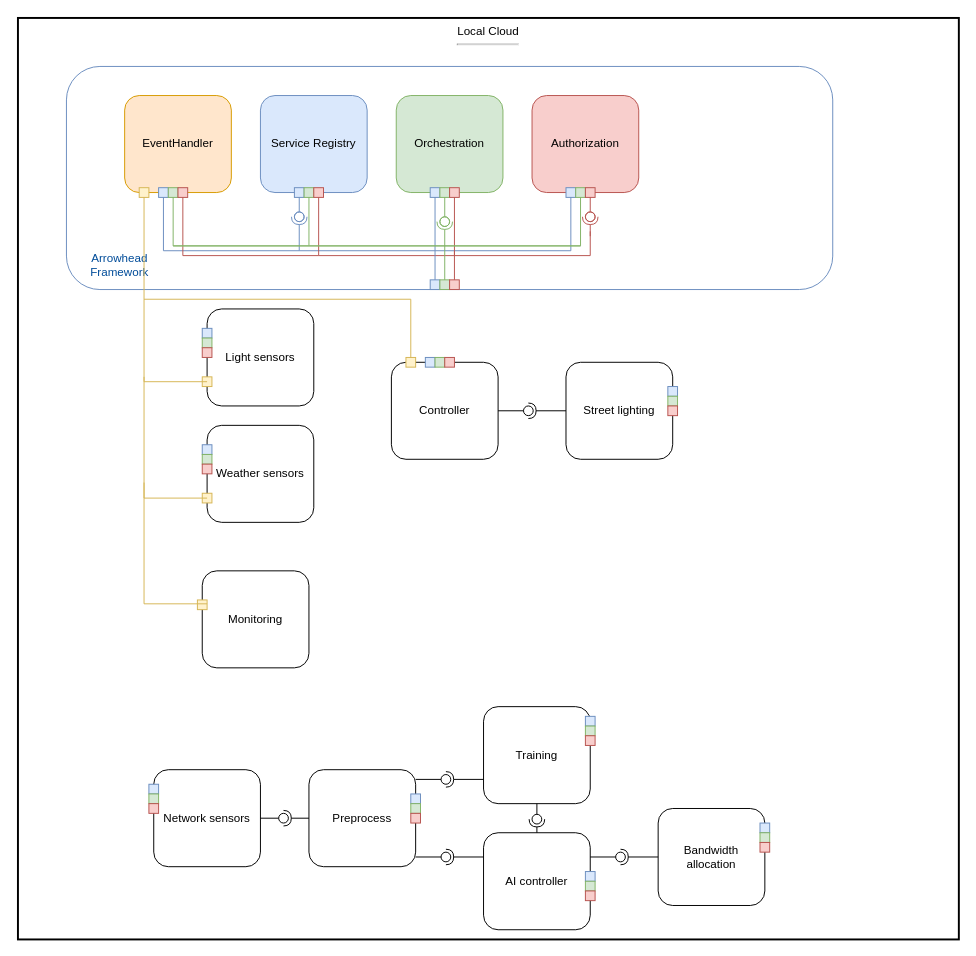
This is Untitled Diagram.drawio from JuliCSD/D7042E, a draw.io file, before an edit. Source tidied: cells renumbered, new cells numbered last; positions are measured from the earlier drawing's top-left corner, leaving out a move shared by most shapes. Both pictures are drawn from the tidied source at 97%, with x=0, y=0 at pixel (17, 17).
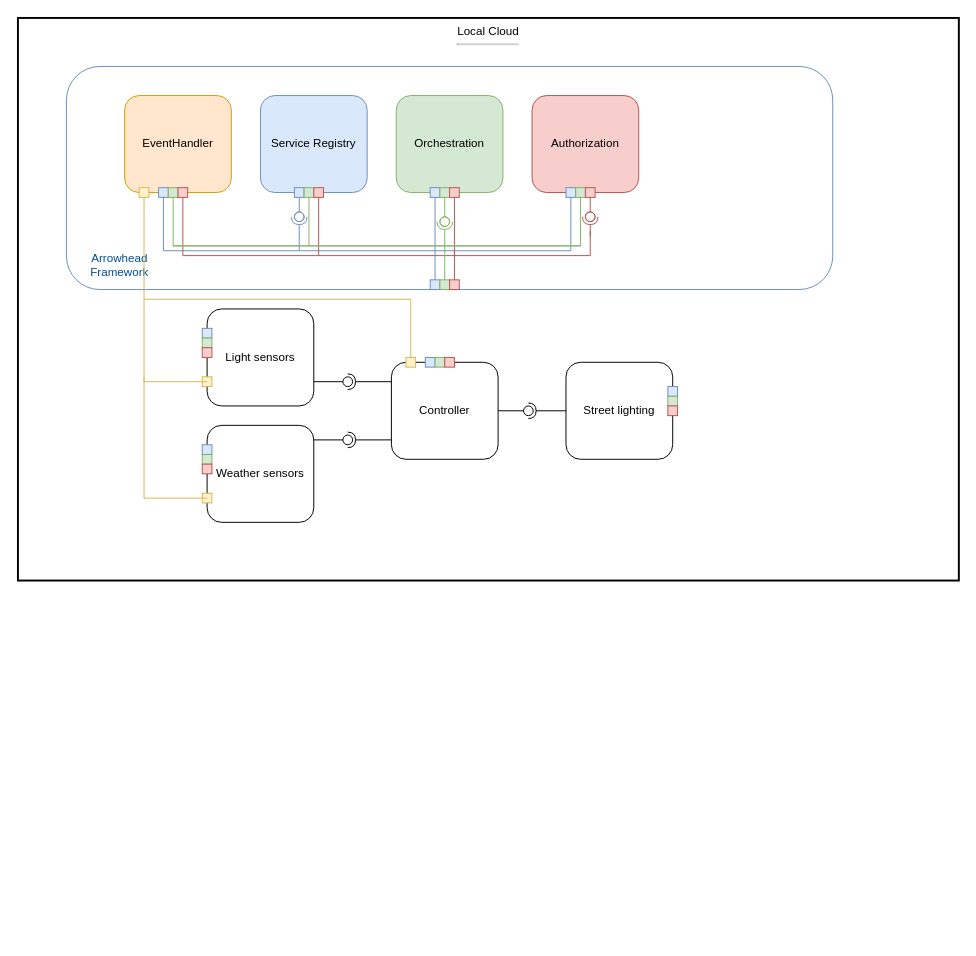
The same diagram, later.

What changed in the source:
```diff
@@
     <mxCell id="3" value="Local Cloud&lt;br&gt;&lt;hr&gt;" style="rounded=0;whiteSpace=wrap;html=1;fillColor=none;strokeWidth=2;align=center;verticalAlign=top;" parent="1" vertex="1">
-      <mxGeometry width="970" height="950" as="geometry" />
+      <mxGeometry width="970" height="580" as="geometry" />
     </mxCell>
@@
-    <mxCell id="15" value="Preprocess" style="rounded=1;whiteSpace=wrap;html=1;" parent="1" vertex="1">
-      <mxGeometry x="300" y="775" width="110" height="100" as="geometry" />
-    </mxCell>
-    <mxCell id="16" value="Training" style="rounded=1;whiteSpace=wrap;html=1;" parent="1" vertex="1">
-      <mxGeometry x="480" y="710" width="110" height="100" as="geometry" />
-    </mxCell>
-    <mxCell id="17" value="AI controller" style="rounded=1;whiteSpace=wrap;html=1;" parent="1" vertex="1">
-      <mxGeometry x="480" y="840" width="110" height="100" as="geometry" />
-    </mxCell>
-    <mxCell id="18" value="Bandwidth allocation" style="rounded=1;whiteSpace=wrap;html=1;" parent="1" vertex="1">
-      <mxGeometry x="660" y="815" width="110" height="100" as="geometry" />
-    </mxCell>
-    <mxCell id="19" style="group;" parent="1" vertex="1">
-      <mxGeometry x="410" y="860" width="70" height="10" as="geometry" />
-    </mxCell>
-    <mxCell id="20" style="rounded=0;jettySize=auto;html=1;endArrow=halfCircle;endFill=0;endSize=6;strokeWidth=1;sketch=0;" parent="19" edge="1" target="22">
-      <mxGeometry relative="1" as="geometry">
-        <mxPoint x="70" y="5" as="sourcePoint" />
-      </mxGeometry>
-    </mxCell>
-    <mxCell id="21" style="rounded=0;jettySize=auto;html=1;endArrow=oval;endFill=0;sketch=0;sourcePerimeterSpacing=0;targetPerimeterSpacing=0;endSize=10;" parent="19" edge="1" target="22">
-      <mxGeometry relative="1" as="geometry">
-        <mxPoint y="5" as="sourcePoint" />
-      </mxGeometry>
-    </mxCell>
-    <mxCell id="22" style="ellipse;whiteSpace=wrap;html=1;align=center;fillColor=none;strokeColor=none;perimeter=centerPerimeter;points=[];outlineConnect=1;" parent="19" vertex="1">
-      <mxGeometry x="26.2" width="10" height="10" as="geometry" />
-    </mxCell>
-    <mxCell id="23" style="group;" parent="1" vertex="1">
-      <mxGeometry x="410" y="780" width="70" height="10" as="geometry" />
-    </mxCell>
-    <mxCell id="24" style="rounded=0;jettySize=auto;html=1;endArrow=halfCircle;endFill=0;endSize=6;strokeWidth=1;sketch=0;" parent="23" edge="1" target="26">
-      <mxGeometry relative="1" as="geometry">
-        <mxPoint x="70" y="5" as="sourcePoint" />
-      </mxGeometry>
-    </mxCell>
-    <mxCell id="25" style="rounded=0;jettySize=auto;html=1;endArrow=oval;endFill=0;sketch=0;sourcePerimeterSpacing=0;targetPerimeterSpacing=0;endSize=10;" parent="23" edge="1" target="26">
-      <mxGeometry relative="1" as="geometry">
-        <mxPoint y="5" as="sourcePoint" />
-      </mxGeometry>
-    </mxCell>
-    <mxCell id="26" style="ellipse;whiteSpace=wrap;html=1;align=center;fillColor=none;strokeColor=none;perimeter=centerPerimeter;points=[];outlineConnect=1;" parent="23" vertex="1">
-      <mxGeometry x="26.2" width="10" height="10" as="geometry" />
-    </mxCell>
-    <mxCell id="27" style="group;" parent="1" vertex="1">
-      <mxGeometry x="590" y="860" width="70" height="10" as="geometry" />
-    </mxCell>
-    <mxCell id="28" style="rounded=0;jettySize=auto;html=1;endArrow=halfCircle;endFill=0;endSize=6;strokeWidth=1;sketch=0;" parent="27" edge="1" target="30">
-      <mxGeometry relative="1" as="geometry">
-        <mxPoint x="70" y="5" as="sourcePoint" />
-      </mxGeometry>
-    </mxCell>
-    <mxCell id="29" style="rounded=0;jettySize=auto;html=1;endArrow=oval;endFill=0;sketch=0;sourcePerimeterSpacing=0;targetPerimeterSpacing=0;endSize=10;" parent="27" edge="1" target="30">
-      <mxGeometry relative="1" as="geometry">
-        <mxPoint y="5" as="sourcePoint" />
-      </mxGeometry>
-    </mxCell>
-    <mxCell id="30" style="ellipse;whiteSpace=wrap;html=1;align=center;fillColor=none;strokeColor=none;perimeter=centerPerimeter;points=[];outlineConnect=1;" parent="27" vertex="1">
-      <mxGeometry x="26.2" width="10" height="10" as="geometry" />
-    </mxCell>
-    <mxCell id="31" value="Network sensors" style="rounded=1;whiteSpace=wrap;html=1;" parent="1" vertex="1">
-      <mxGeometry x="140" y="775" width="110" height="100" as="geometry" />
-    </mxCell>
-    <mxCell id="32" style="group;" parent="1" vertex="1">
-      <mxGeometry x="250" y="820" width="50" height="10" as="geometry" />
-    </mxCell>
-    <mxCell id="33" style="rounded=0;jettySize=auto;html=1;endArrow=halfCircle;endFill=0;endSize=6;strokeWidth=1;sketch=0;" parent="32" edge="1" target="35">
-      <mxGeometry relative="1" as="geometry">
-        <mxPoint x="50" y="5" as="sourcePoint" />
-      </mxGeometry>
-    </mxCell>
-    <mxCell id="34" style="rounded=0;jettySize=auto;html=1;endArrow=oval;endFill=0;sketch=0;sourcePerimeterSpacing=0;targetPerimeterSpacing=0;endSize=10;" parent="32" edge="1" target="35">
-      <mxGeometry relative="1" as="geometry">
-        <mxPoint y="5" as="sourcePoint" />
-      </mxGeometry>
-    </mxCell>
-    <mxCell id="35" style="ellipse;whiteSpace=wrap;html=1;align=center;fillColor=none;strokeColor=none;perimeter=centerPerimeter;points=[];outlineConnect=1;" parent="32" vertex="1">
-      <mxGeometry x="18.8" width="10" height="10" as="geometry" />
-    </mxCell>
-    <mxCell id="36" style="group;rotation=90;" parent="1" vertex="1">
-      <mxGeometry x="520" y="820" width="30" height="10" as="geometry" />
-    </mxCell>
-    <mxCell id="37" style="rounded=0;jettySize=auto;html=1;endArrow=halfCircle;endFill=0;endSize=6;strokeWidth=1;sketch=0;" parent="36" edge="1" target="39">
-      <mxGeometry relative="1" as="geometry">
-        <mxPoint x="15" y="20" as="sourcePoint" />
-      </mxGeometry>
-    </mxCell>
-    <mxCell id="38" style="rounded=0;jettySize=auto;html=1;endArrow=oval;endFill=0;sketch=0;sourcePerimeterSpacing=0;targetPerimeterSpacing=0;endSize=10;" parent="36" edge="1" target="39">
-      <mxGeometry relative="1" as="geometry">
-        <mxPoint x="15" y="-10" as="sourcePoint" />
-      </mxGeometry>
-    </mxCell>
-    <mxCell id="39" style="ellipse;whiteSpace=wrap;html=1;align=center;fillColor=none;strokeColor=none;perimeter=centerPerimeter;points=[];outlineConnect=1;rotation=90;" parent="36" vertex="1">
-      <mxGeometry x="10" y="1" width="10" height="10" as="geometry" />
-    </mxCell>
@@
-    <mxCell id="53" style="group;" parent="1" vertex="1">
-      <mxGeometry x="135" y="790" width="10" height="40" as="geometry" />
-    </mxCell>
-    <mxCell id="54" style="rounded=0;whiteSpace=wrap;html=1;fillColor=#dae8fc;strokeColor=#6c8ebf;" parent="53" vertex="1">
-      <mxGeometry width="10" height="10" as="geometry" />
-    </mxCell>
-    <mxCell id="55" style="rounded=0;whiteSpace=wrap;html=1;fillColor=#d5e8d4;strokeColor=#82b366;" parent="53" vertex="1">
-      <mxGeometry y="10" width="10" height="10" as="geometry" />
-    </mxCell>
-    <mxCell id="56" style="rounded=0;whiteSpace=wrap;html=1;fillColor=#f8cecc;strokeColor=#b85450;" parent="53" vertex="1">
-      <mxGeometry y="20" width="10" height="10" as="geometry" />
-    </mxCell>
-    <mxCell id="57" style="group;" parent="1" vertex="1">
-      <mxGeometry x="585" y="720" width="10" height="40" as="geometry" />
-    </mxCell>
-    <mxCell id="58" style="rounded=0;whiteSpace=wrap;html=1;fillColor=#dae8fc;strokeColor=#6c8ebf;" parent="57" vertex="1">
-      <mxGeometry width="10" height="10" as="geometry" />
-    </mxCell>
-    <mxCell id="59" style="rounded=0;whiteSpace=wrap;html=1;fillColor=#d5e8d4;strokeColor=#82b366;" parent="57" vertex="1">
-      <mxGeometry y="10" width="10" height="10" as="geometry" />
-    </mxCell>
-    <mxCell id="60" style="rounded=0;whiteSpace=wrap;html=1;fillColor=#f8cecc;strokeColor=#b85450;" parent="57" vertex="1">
-      <mxGeometry y="20" width="10" height="10" as="geometry" />
-    </mxCell>
-    <mxCell id="61" style="group;" parent="1" vertex="1">
-      <mxGeometry x="765" y="830" width="10" height="40" as="geometry" />
-    </mxCell>
-    <mxCell id="62" style="rounded=0;whiteSpace=wrap;html=1;fillColor=#dae8fc;strokeColor=#6c8ebf;" parent="61" vertex="1">
-      <mxGeometry width="10" height="10" as="geometry" />
-    </mxCell>
-    <mxCell id="63" style="rounded=0;whiteSpace=wrap;html=1;fillColor=#d5e8d4;strokeColor=#82b366;" parent="61" vertex="1">
-      <mxGeometry y="10" width="10" height="10" as="geometry" />
-    </mxCell>
-    <mxCell id="64" style="rounded=0;whiteSpace=wrap;html=1;fillColor=#f8cecc;strokeColor=#b85450;" parent="61" vertex="1">
-      <mxGeometry y="20" width="10" height="10" as="geometry" />
-    </mxCell>
-    <mxCell id="65" style="group;" parent="1" vertex="1">
-      <mxGeometry x="585" y="880" width="10" height="40" as="geometry" />
-    </mxCell>
-    <mxCell id="66" style="rounded=0;whiteSpace=wrap;html=1;fillColor=#dae8fc;strokeColor=#6c8ebf;" parent="65" vertex="1">
-      <mxGeometry width="10" height="10" as="geometry" />
-    </mxCell>
-    <mxCell id="67" style="rounded=0;whiteSpace=wrap;html=1;fillColor=#d5e8d4;strokeColor=#82b366;" parent="65" vertex="1">
-      <mxGeometry y="10" width="10" height="10" as="geometry" />
-    </mxCell>
-    <mxCell id="68" style="rounded=0;whiteSpace=wrap;html=1;fillColor=#f8cecc;strokeColor=#b85450;" parent="65" vertex="1">
-      <mxGeometry y="20" width="10" height="10" as="geometry" />
-    </mxCell>
-    <mxCell id="69" style="group;" parent="1" vertex="1">
-      <mxGeometry x="405" y="800" width="10" height="40" as="geometry" />
-    </mxCell>
-    <mxCell id="70" style="rounded=0;whiteSpace=wrap;html=1;fillColor=#dae8fc;strokeColor=#6c8ebf;" parent="69" vertex="1">
-      <mxGeometry width="10" height="10" as="geometry" />
-    </mxCell>
-    <mxCell id="71" style="rounded=0;whiteSpace=wrap;html=1;fillColor=#d5e8d4;strokeColor=#82b366;" parent="69" vertex="1">
-      <mxGeometry y="10" width="10" height="10" as="geometry" />
-    </mxCell>
-    <mxCell id="72" style="rounded=0;whiteSpace=wrap;html=1;fillColor=#f8cecc;strokeColor=#b85450;" parent="69" vertex="1">
-      <mxGeometry y="20" width="10" height="10" as="geometry" />
-    </mxCell>
@@
-    <mxCell id="111" value="Monitoring" style="rounded=1;whiteSpace=wrap;html=1;" parent="1" vertex="1">
-      <mxGeometry x="190" y="570" width="110" height="100" as="geometry" />
-    </mxCell>
@@
-    <mxCell id="123" style="rounded=0;whiteSpace=wrap;html=1;fillColor=#fff2cc;strokeColor=#d6b656;" parent="1" vertex="1">
-      <mxGeometry x="185" y="600" width="10" height="10" as="geometry" />
-    </mxCell>
@@
-    <mxCell id="127" style="endArrow=none;html=1;rounded=0;exitX=0;exitY=0.75;exitDx=0;exitDy=0;fillColor=#fff2cc;strokeColor=#d6b656;" parent="1" edge="1">
-      <mxGeometry relative="1" as="geometry">
-        <mxPoint x="195" y="604" as="sourcePoint" />
-        <mxPoint x="130" y="479" as="targetPoint" />
-        <Array as="points">
-          <mxPoint x="130" y="604" />
-        </Array>
-      </mxGeometry>
-    </mxCell>
+    <mxCell id="128" style="group;" parent="1" vertex="1">
+      <mxGeometry x="305" y="370" width="80" height="10" as="geometry" />
+    </mxCell>
+    <mxCell id="129" style="rounded=0;jettySize=auto;html=1;endArrow=halfCircle;endFill=0;endSize=6;strokeWidth=1;sketch=0;" parent="128" edge="1" target="131">
+      <mxGeometry relative="1" as="geometry">
+        <mxPoint x="80" y="5" as="sourcePoint" />
+      </mxGeometry>
+    </mxCell>
+    <mxCell id="130" style="rounded=0;jettySize=auto;html=1;endArrow=oval;endFill=0;sketch=0;sourcePerimeterSpacing=0;targetPerimeterSpacing=0;endSize=10;" parent="128" edge="1" target="131">
+      <mxGeometry relative="1" as="geometry">
+        <mxPoint y="5" as="sourcePoint" />
+      </mxGeometry>
+    </mxCell>
+    <mxCell id="131" style="ellipse;whiteSpace=wrap;html=1;align=center;fillColor=none;strokeColor=none;perimeter=centerPerimeter;points=[];outlineConnect=1;" parent="128" vertex="1">
+      <mxGeometry x="30" width="10" height="10" as="geometry" />
+    </mxCell>
+    <mxCell id="132" style="group;" parent="1" vertex="1">
+      <mxGeometry x="305" y="430" width="80" height="10" as="geometry" />
+    </mxCell>
+    <mxCell id="133" style="rounded=0;jettySize=auto;html=1;endArrow=halfCircle;endFill=0;endSize=6;strokeWidth=1;sketch=0;" parent="132" edge="1" target="135">
+      <mxGeometry relative="1" as="geometry">
+        <mxPoint x="80" y="5" as="sourcePoint" />
+      </mxGeometry>
+    </mxCell>
+    <mxCell id="134" style="rounded=0;jettySize=auto;html=1;endArrow=oval;endFill=0;sketch=0;sourcePerimeterSpacing=0;targetPerimeterSpacing=0;endSize=10;" parent="132" edge="1" target="135">
+      <mxGeometry relative="1" as="geometry">
+        <mxPoint y="5" as="sourcePoint" />
+      </mxGeometry>
+    </mxCell>
+    <mxCell id="135" style="ellipse;whiteSpace=wrap;html=1;align=center;fillColor=none;strokeColor=none;perimeter=centerPerimeter;points=[];outlineConnect=1;" parent="132" vertex="1">
+      <mxGeometry x="30" width="10" height="10" as="geometry" />
+    </mxCell>
```
